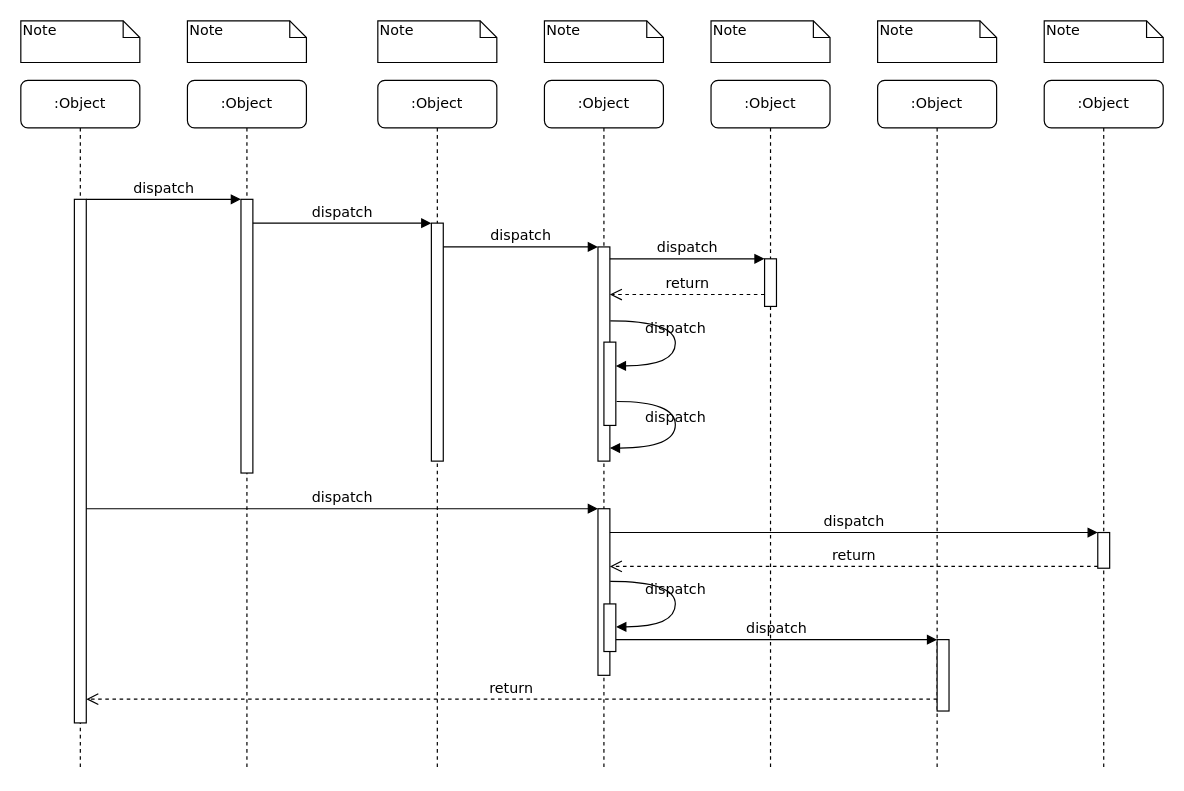
The draw.io diagram Untitled Diagram.drawio in DevBalek/akilli-cihaz, before the edit. Source tidied: cells renumbered, new cells numbered last; positions are measured from the earlier drawing's top-left corner, leaving out a move shared by most shapes. Both pictures are drawn from the tidied source at 119%, with x=0, y=0 at pixel (20, 20).
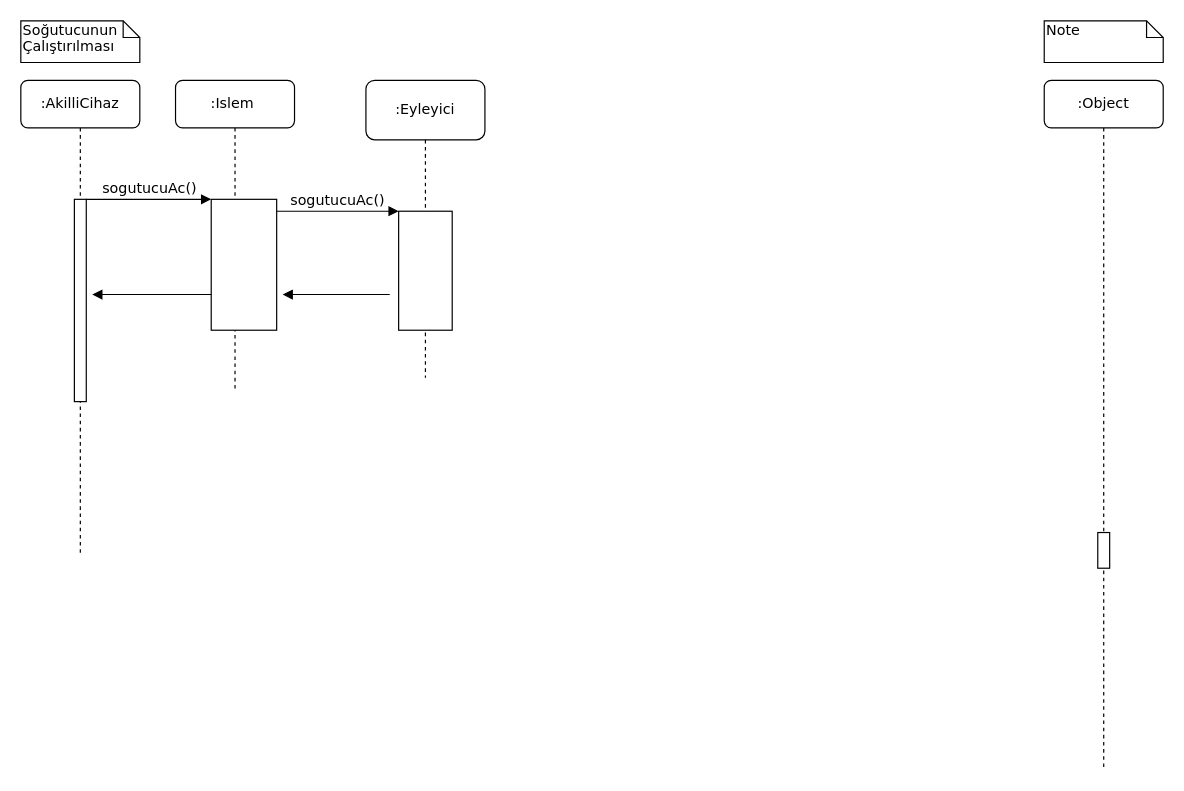
Above is the later version.

Unchanged cells that the change refers to:
```xml
<mxCell id="19" style="html=1;points=[];perimeter=orthogonalPerimeter;rounded=0;shadow=0;comic=0;labelBackgroundColor=none;strokeColor=#000000;strokeWidth=1;fillColor=#FFFFFF;fontFamily=Verdana;fontSize=12;fontColor=#000000;align=center;" parent="1" vertex="1">
  <mxGeometry x="905" y="430" width="10" height="30" as="geometry" />
</mxCell>
```

The edit, as a diff of the source:
```diff
@@
-    <mxCell id="2" value=":Object" style="shape=umlLifeline;perimeter=lifelinePerimeter;whiteSpace=wrap;html=1;rounded=1;shadow=0;comic=0;labelBackgroundColor=none;strokeWidth=1;fontFamily=Verdana;fontSize=12;align=center;" parent="1" vertex="1">
-      <mxGeometry x="140" y="50" width="100" height="580" as="geometry" />
+    <mxCell id="2" value=":Islem&amp;nbsp;" style="shape=umlLifeline;perimeter=lifelinePerimeter;whiteSpace=wrap;html=1;rounded=1;shadow=0;comic=0;labelBackgroundColor=none;strokeWidth=1;fontFamily=Verdana;fontSize=12;align=center;size=40;" parent="1" vertex="1">
+      <mxGeometry x="130" y="50" width="100" height="260" as="geometry" />
     </mxCell>
     <mxCell id="3" style="html=1;points=[];perimeter=orthogonalPerimeter;rounded=0;shadow=0;comic=0;labelBackgroundColor=none;strokeWidth=1;fontFamily=Verdana;fontSize=12;align=center;" parent="2" vertex="1">
-      <mxGeometry x="45" y="100" width="10" height="230" as="geometry" />
+      <mxGeometry x="30" y="100" width="55" height="110" as="geometry" />
     </mxCell>
-    <mxCell id="4" value=":Object" style="shape=umlLifeline;perimeter=lifelinePerimeter;whiteSpace=wrap;html=1;rounded=1;shadow=0;comic=0;labelBackgroundColor=none;strokeWidth=1;fontFamily=Verdana;fontSize=12;align=center;" parent="1" vertex="1">
-      <mxGeometry x="300" y="50" width="100" height="580" as="geometry" />
+    <mxCell id="4" value=":Eyleyici" style="shape=umlLifeline;perimeter=lifelinePerimeter;whiteSpace=wrap;html=1;rounded=1;shadow=0;comic=0;labelBackgroundColor=none;strokeWidth=1;fontFamily=Verdana;fontSize=12;align=center;size=50;" parent="1" vertex="1">
+      <mxGeometry x="290" y="50" width="100" height="250" as="geometry" />
     </mxCell>
     <mxCell id="5" style="html=1;points=[];perimeter=orthogonalPerimeter;rounded=0;shadow=0;comic=0;labelBackgroundColor=none;strokeWidth=1;fontFamily=Verdana;fontSize=12;align=center;" parent="4" vertex="1">
-      <mxGeometry x="45" y="120" width="10" height="200" as="geometry" />
+      <mxGeometry x="27.5" y="110" width="45" height="100" as="geometry" />
     </mxCell>
-    <mxCell id="6" value=":Object" style="shape=umlLifeline;perimeter=lifelinePerimeter;whiteSpace=wrap;html=1;rounded=1;shadow=0;comic=0;labelBackgroundColor=none;strokeWidth=1;fontFamily=Verdana;fontSize=12;align=center;" parent="1" vertex="1">
-      <mxGeometry x="440" y="50" width="100" height="580" as="geometry" />
-    </mxCell>
-    <mxCell id="7" value=":Object" style="shape=umlLifeline;perimeter=lifelinePerimeter;whiteSpace=wrap;html=1;rounded=1;shadow=0;comic=0;labelBackgroundColor=none;strokeWidth=1;fontFamily=Verdana;fontSize=12;align=center;" parent="1" vertex="1">
-      <mxGeometry x="580" y="50" width="100" height="580" as="geometry" />
-    </mxCell>
-    <mxCell id="8" value=":Object" style="shape=umlLifeline;perimeter=lifelinePerimeter;whiteSpace=wrap;html=1;rounded=1;shadow=0;comic=0;labelBackgroundColor=none;strokeWidth=1;fontFamily=Verdana;fontSize=12;align=center;" parent="1" vertex="1">
-      <mxGeometry x="720" y="50" width="100" height="580" as="geometry" />
-    </mxCell>
@@
-    <mxCell id="10" value=":Object" style="shape=umlLifeline;perimeter=lifelinePerimeter;whiteSpace=wrap;html=1;rounded=1;shadow=0;comic=0;labelBackgroundColor=none;strokeWidth=1;fontFamily=Verdana;fontSize=12;align=center;" parent="1" vertex="1">
-      <mxGeometry y="50" width="100" height="580" as="geometry" />
+    <mxCell id="10" value=":AkilliCihaz" style="shape=umlLifeline;perimeter=lifelinePerimeter;whiteSpace=wrap;html=1;rounded=1;shadow=0;comic=0;labelBackgroundColor=none;strokeWidth=1;fontFamily=Verdana;fontSize=12;align=center;" parent="1" vertex="1">
+      <mxGeometry y="50" width="100" height="400" as="geometry" />
     </mxCell>
     <mxCell id="11" style="html=1;points=[];perimeter=orthogonalPerimeter;rounded=0;shadow=0;comic=0;labelBackgroundColor=none;strokeWidth=1;fontFamily=Verdana;fontSize=12;align=center;" parent="10" vertex="1">
-      <mxGeometry x="45" y="100" width="10" height="440" as="geometry" />
+      <mxGeometry x="45" y="100" width="10" height="170" as="geometry" />
     </mxCell>
-    <mxCell id="12" style="html=1;points=[];perimeter=orthogonalPerimeter;rounded=0;shadow=0;comic=0;labelBackgroundColor=none;strokeWidth=1;fontFamily=Verdana;fontSize=12;align=center;" parent="1" vertex="1">
-      <mxGeometry x="485" y="190" width="10" height="180" as="geometry" />
-    </mxCell>
-    <mxCell id="13" value="dispatch" style="html=1;verticalAlign=bottom;endArrow=block;labelBackgroundColor=none;fontFamily=Verdana;fontSize=12;edgeStyle=elbowEdgeStyle;elbow=vertical;" parent="1" edge="1" source="5" target="12">
-      <mxGeometry relative="1" as="geometry">
-        <Array as="points">
-          <mxPoint x="360" y="190" />
-        </Array>
-      </mxGeometry>
-    </mxCell>
-    <mxCell id="14" style="html=1;points=[];perimeter=orthogonalPerimeter;rounded=0;shadow=0;comic=0;labelBackgroundColor=none;strokeWidth=1;fontFamily=Verdana;fontSize=12;align=center;" parent="1" vertex="1">
-      <mxGeometry x="625" y="200" width="10" height="40" as="geometry" />
-    </mxCell>
-    <mxCell id="15" value="dispatch" style="html=1;verticalAlign=bottom;endArrow=block;entryX=0;entryY=0;labelBackgroundColor=none;fontFamily=Verdana;fontSize=12;edgeStyle=elbowEdgeStyle;elbow=vertical;" parent="1" edge="1" source="12" target="14">
-      <mxGeometry relative="1" as="geometry" />
-    </mxCell>
-    <mxCell id="16" value="return" style="html=1;verticalAlign=bottom;endArrow=open;dashed=1;endSize=8;labelBackgroundColor=none;fontFamily=Verdana;fontSize=12;edgeStyle=elbowEdgeStyle;elbow=vertical;" parent="1" edge="1" source="14" target="12">
-      <mxGeometry relative="1" as="geometry">
-        <Array as="points">
-          <mxPoint x="570" y="230" />
-          <mxPoint x="600" y="230" />
-        </Array>
-      </mxGeometry>
-    </mxCell>
-    <mxCell id="17" style="html=1;points=[];perimeter=orthogonalPerimeter;rounded=0;shadow=0;comic=0;labelBackgroundColor=none;strokeWidth=1;fontFamily=Verdana;fontSize=12;align=center;" parent="1" vertex="1">
-      <mxGeometry x="485" y="410" width="10" height="140" as="geometry" />
-    </mxCell>
-    <mxCell id="18" value="dispatch" style="html=1;verticalAlign=bottom;endArrow=block;entryX=0;entryY=0;labelBackgroundColor=none;fontFamily=Verdana;fontSize=12;" parent="1" edge="1" source="11" target="17">
-      <mxGeometry relative="1" as="geometry" />
-    </mxCell>
@@
-    <mxCell id="20" value="dispatch" style="html=1;verticalAlign=bottom;endArrow=block;entryX=0;entryY=0;labelBackgroundColor=none;fontFamily=Verdana;fontSize=12;" parent="1" edge="1" source="17" target="19">
-      <mxGeometry relative="1" as="geometry" />
-    </mxCell>
-    <mxCell id="21" value="return" style="html=1;verticalAlign=bottom;endArrow=open;dashed=1;endSize=8;exitX=0;exitY=0.95;labelBackgroundColor=none;fontFamily=Verdana;fontSize=12;" parent="1" edge="1" source="19" target="17">
-      <mxGeometry relative="1" as="geometry" />
-    </mxCell>
-    <mxCell id="22" style="html=1;points=[];perimeter=orthogonalPerimeter;rounded=0;shadow=0;comic=0;labelBackgroundColor=none;strokeWidth=1;fontFamily=Verdana;fontSize=12;align=center;" parent="1" vertex="1">
-      <mxGeometry x="770" y="520" width="10" height="60" as="geometry" />
-    </mxCell>
-    <mxCell id="23" value="dispatch" style="html=1;verticalAlign=bottom;endArrow=block;entryX=0;entryY=0;labelBackgroundColor=none;fontFamily=Verdana;fontSize=12;edgeStyle=elbowEdgeStyle;elbow=vertical;" parent="1" edge="1" source="30" target="22">
-      <mxGeometry relative="1" as="geometry" />
-    </mxCell>
-    <mxCell id="24" value="return" style="html=1;verticalAlign=bottom;endArrow=open;dashed=1;endSize=8;labelBackgroundColor=none;fontFamily=Verdana;fontSize=12;edgeStyle=elbowEdgeStyle;elbow=vertical;" parent="1" edge="1" source="22" target="11">
-      <mxGeometry relative="1" as="geometry">
-        <Array as="points">
-          <mxPoint x="470" y="570" />
-        </Array>
-      </mxGeometry>
-    </mxCell>
-    <mxCell id="25" value="dispatch" style="html=1;verticalAlign=bottom;endArrow=block;entryX=0;entryY=0;labelBackgroundColor=none;fontFamily=Verdana;fontSize=12;edgeStyle=elbowEdgeStyle;elbow=vertical;" parent="1" edge="1" source="11" target="3">
+    <mxCell id="25" value="sogutucuAc()" style="html=1;verticalAlign=bottom;endArrow=block;entryX=0;entryY=0;labelBackgroundColor=none;fontFamily=Verdana;fontSize=12;edgeStyle=elbowEdgeStyle;elbow=vertical;" parent="1" edge="1" source="11" target="3">
       <mxGeometry relative="1" as="geometry" />
     </mxCell>
-    <mxCell id="26" value="dispatch" style="html=1;verticalAlign=bottom;endArrow=block;entryX=0;entryY=0;labelBackgroundColor=none;fontFamily=Verdana;fontSize=12;edgeStyle=elbowEdgeStyle;elbow=vertical;" parent="1" edge="1" source="3" target="5">
+    <mxCell id="26" value="sogutucuAc()" style="html=1;verticalAlign=bottom;endArrow=block;entryX=0;entryY=0;labelBackgroundColor=none;fontFamily=Verdana;fontSize=12;edgeStyle=elbowEdgeStyle;elbow=vertical;" parent="1" edge="1" source="3" target="5">
       <mxGeometry relative="1" as="geometry" />
     </mxCell>
-    <mxCell id="27" style="html=1;points=[];perimeter=orthogonalPerimeter;rounded=0;shadow=0;comic=0;labelBackgroundColor=none;strokeWidth=1;fontFamily=Verdana;fontSize=12;align=center;" parent="1" vertex="1">
-      <mxGeometry x="490" y="270" width="10" height="70" as="geometry" />
-    </mxCell>
-    <mxCell id="28" value="dispatch" style="html=1;verticalAlign=bottom;endArrow=block;labelBackgroundColor=none;fontFamily=Verdana;fontSize=12;elbow=vertical;edgeStyle=orthogonalEdgeStyle;curved=1;entryX=1;entryY=0.286;entryPerimeter=0;exitX=1.038;exitY=0.345;exitPerimeter=0;" parent="1" edge="1" source="12" target="27">
-      <mxGeometry relative="1" as="geometry">
-        <Array as="points">
-          <mxPoint x="550" y="252" />
-          <mxPoint x="550" y="290" />
-        </Array>
-      </mxGeometry>
-    </mxCell>
-    <mxCell id="29" value="dispatch" style="html=1;verticalAlign=bottom;endArrow=block;labelBackgroundColor=none;fontFamily=Verdana;fontSize=12;elbow=vertical;edgeStyle=orthogonalEdgeStyle;curved=1;exitX=1.066;exitY=0.713;exitPerimeter=0;" parent="1" edge="1" source="27">
-      <mxGeometry relative="1" as="geometry">
-        <mxPoint x="495" y="359" as="targetPoint" />
-        <Array as="points">
-          <mxPoint x="550" y="320" />
-          <mxPoint x="550" y="359" />
-        </Array>
-      </mxGeometry>
-    </mxCell>
-    <mxCell id="30" style="html=1;points=[];perimeter=orthogonalPerimeter;rounded=0;shadow=0;comic=0;labelBackgroundColor=none;strokeWidth=1;fontFamily=Verdana;fontSize=12;align=center;" parent="1" vertex="1">
-      <mxGeometry x="490" y="490" width="10" height="40" as="geometry" />
-    </mxCell>
-    <mxCell id="31" value="dispatch" style="html=1;verticalAlign=bottom;endArrow=block;labelBackgroundColor=none;fontFamily=Verdana;fontSize=12;elbow=vertical;edgeStyle=orthogonalEdgeStyle;curved=1;entryX=1;entryY=0.286;entryPerimeter=0;exitX=1.038;exitY=0.345;exitPerimeter=0;" parent="1" edge="1">
-      <mxGeometry relative="1" as="geometry">
-        <mxPoint x="495.3" y="471" as="sourcePoint" />
-        <mxPoint x="500.3" y="509.3" as="targetPoint" />
-        <Array as="points">
-          <mxPoint x="550" y="471" />
-          <mxPoint x="550" y="509" />
-        </Array>
-      </mxGeometry>
-    </mxCell>
-    <mxCell id="32" value="Note" style="shape=note;whiteSpace=wrap;html=1;size=14;verticalAlign=top;align=left;spacingTop=-6;rounded=0;shadow=0;comic=0;labelBackgroundColor=none;strokeWidth=1;fontFamily=Verdana;fontSize=12;" parent="1" vertex="1">
+    <mxCell id="32" value="Soğutucunun Çalıştırılması" style="shape=note;whiteSpace=wrap;html=1;size=14;verticalAlign=top;align=left;spacingTop=-6;rounded=0;shadow=0;comic=0;labelBackgroundColor=none;strokeWidth=1;fontFamily=Verdana;fontSize=12;" parent="1" vertex="1">
       <mxGeometry width="100" height="35" as="geometry" />
     </mxCell>
-    <mxCell id="33" value="Note" style="shape=note;whiteSpace=wrap;html=1;size=14;verticalAlign=top;align=left;spacingTop=-6;rounded=0;shadow=0;comic=0;labelBackgroundColor=none;strokeWidth=1;fontFamily=Verdana;fontSize=12;" parent="1" vertex="1">
-      <mxGeometry x="140" width="100" height="35" as="geometry" />
-    </mxCell>
-    <mxCell id="34" value="Note" style="shape=note;whiteSpace=wrap;html=1;size=14;verticalAlign=top;align=left;spacingTop=-6;rounded=0;shadow=0;comic=0;labelBackgroundColor=none;strokeWidth=1;fontFamily=Verdana;fontSize=12;" parent="1" vertex="1">
-      <mxGeometry x="300" width="100" height="35" as="geometry" />
-    </mxCell>
-    <mxCell id="35" value="Note" style="shape=note;whiteSpace=wrap;html=1;size=14;verticalAlign=top;align=left;spacingTop=-6;rounded=0;shadow=0;comic=0;labelBackgroundColor=none;strokeWidth=1;fontFamily=Verdana;fontSize=12;" parent="1" vertex="1">
-      <mxGeometry x="440" width="100" height="35" as="geometry" />
-    </mxCell>
-    <mxCell id="36" value="Note" style="shape=note;whiteSpace=wrap;html=1;size=14;verticalAlign=top;align=left;spacingTop=-6;rounded=0;shadow=0;comic=0;labelBackgroundColor=none;strokeWidth=1;fontFamily=Verdana;fontSize=12;" parent="1" vertex="1">
-      <mxGeometry x="580" width="100" height="35" as="geometry" />
-    </mxCell>
-    <mxCell id="37" value="Note" style="shape=note;whiteSpace=wrap;html=1;size=14;verticalAlign=top;align=left;spacingTop=-6;rounded=0;shadow=0;comic=0;labelBackgroundColor=none;strokeWidth=1;fontFamily=Verdana;fontSize=12;" parent="1" vertex="1">
-      <mxGeometry x="720" width="100" height="35" as="geometry" />
-    </mxCell>
@@
+    <mxCell id="39" style="html=1;verticalAlign=bottom;endArrow=block;rounded=0;" parent="1" edge="1">
+      <mxGeometry x="-0.4" relative="1" as="geometry">
+        <mxPoint x="160" y="230" as="sourcePoint" />
+        <mxPoint x="60" y="230" as="targetPoint" />
+        <Array as="points">
+          <mxPoint x="150" y="230" />
+        </Array>
+      </mxGeometry>
+    </mxCell>
+    <mxCell id="40" style="html=1;verticalAlign=bottom;endArrow=block;rounded=0;" parent="1" edge="1">
+      <mxGeometry x="0.38" relative="1" as="geometry">
+        <mxPoint x="280" y="230" as="sourcePoint" />
+        <mxPoint x="220" y="230" as="targetPoint" />
+        <Array as="points">
+          <mxPoint x="270" y="230" />
+          <mxPoint x="310" y="230" />
+        </Array>
+      </mxGeometry>
+    </mxCell>
```
